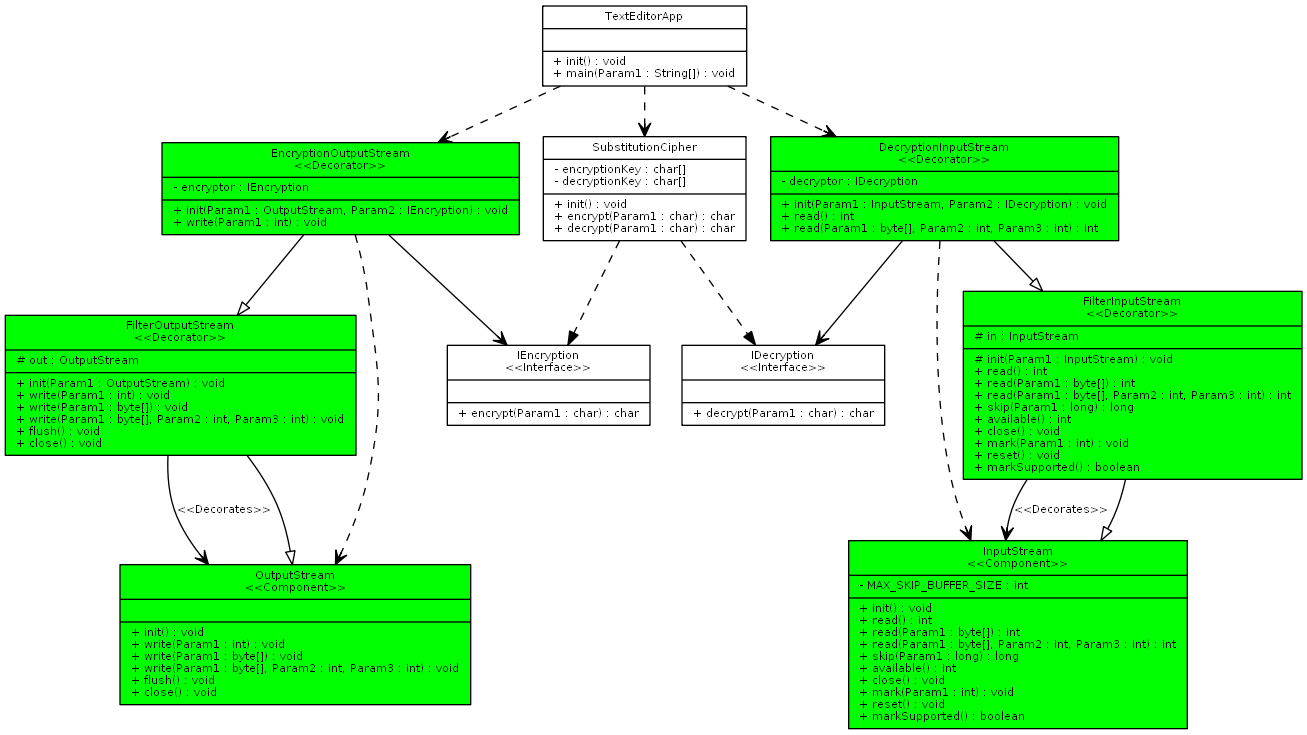
The Graphviz diagram output.png in AgentsOfROSE/Skye, before a commit. Its source is kept beside it as output.dot.
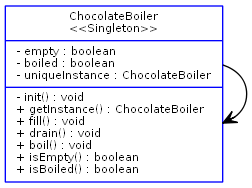
Above is the later version.

Diff of the diagram source:
```diff
@@ -14,65 +14,16 @@
 		 fontsize = 8
 	]
 
-	DecryptionInputStream [
- 	 	 label = "{DecryptionInputStream\n\<\<Decorator\>\>\n|- decryptor : IDecryption\l|+ init(Param1 : InputStream, Param2 : IDecryption) : void\l+ read() : int\l+ read(Param1 : byte[], Param2 : int, Param3 : int) : int\l}",
-	 	 color = black,
-	 	 fillcolor = green
-	]
-	EncryptionOutputStream [
- 	 	 label = "{EncryptionOutputStream\n\<\<Decorator\>\>\n|- encryptor : IEncryption\l|+ init(Param1 : OutputStream, Param2 : IEncryption) : void\l+ write(Param1 : int) : void\l}",
-	 	 color = black,
-	 	 fillcolor = green
-	]
-	IDecryption [
- 	 	 label = "{IDecryption\n\<\<Interface\>\>\n||+ decrypt(Param1 : char) : char\l}",
-	 	 color = black,
+	ChocolateBoiler [
+ 	 	 label = "{ChocolateBoiler\n\<\<Singleton\>\>\n|- empty : boolean\l- boiled : boolean\l- uniqueInstance : ChocolateBoiler\l|- init() : void\l+ getInstance() : ChocolateBoiler\l+ fill() : void\l+ drain() : void\l+ boil() : void\l+ isEmpty() : boolean\l+ isBoiled() : boolean\l}",
+	 	 color = blue,
 	 	 fillcolor = white
-	]
-	IEncryption [
- 	 	 label = "{IEncryption\n\<\<Interface\>\>\n||+ encrypt(Param1 : char) : char\l}",
-	 	 color = black,
-	 	 fillcolor = white
-	]
-	SubstitutionCipher [
- 	 	 label = "{SubstitutionCipher\n|- encryptionKey : char[]\l- decryptionKey : char[]\l|+ init() : void\l+ encrypt(Param1 : char) : char\l+ decrypt(Param1 : char) : char\l}",
-	 	 color = black,
-	 	 fillcolor = white
-	]
-	TextEditorApp [
- 	 	 label = "{TextEditorApp\n||+ init() : void\l+ main(Param1 : String[]) : void\l}",
-	 	 color = black,
-	 	 fillcolor = white
-	]
-	FilterInputStream [
- 	 	 label = "{FilterInputStream\n\<\<Decorator\>\>\n|# in : InputStream\l|# init(Param1 : InputStream) : void\l+ read() : int\l+ read(Param1 : byte[]) : int\l+ read(Param1 : byte[], Param2 : int, Param3 : int) : int\l+ skip(Param1 : long) : long\l+ available() : int\l+ close() : void\l+ mark(Param1 : int) : void\l+ reset() : void\l+ markSupported() : boolean\l}",
-	 	 color = black,
-	 	 fillcolor = green
-	]
-	FilterOutputStream [
- 	 	 label = "{FilterOutputStream\n\<\<Decorator\>\>\n|# out : OutputStream\l|+ init(Param1 : OutputStream) : void\l+ write(Param1 : int) : void\l+ write(Param1 : byte[]) : void\l+ write(Param1 : byte[], Param2 : int, Param3 : int) : void\l+ flush() : void\l+ close() : void\l}",
-	 	 color = black,
-	 	 fillcolor = green
-	]
-	InputStream [
- 	 	 label = "{InputStream\n\<\<Component\>\>\n|- MAX_SKIP_BUFFER_SIZE : int\l|+ init() : void\l+ read() : int\l+ read(Param1 : byte[]) : int\l+ read(Param1 : byte[], Param2 : int, Param3 : int) : int\l+ skip(Param1 : long) : long\l+ available() : int\l+ close() : void\l+ mark(Param1 : int) : void\l+ reset() : void\l+ markSupported() : boolean\l}",
-	 	 color = black,
-	 	 fillcolor = green
-	]
-	OutputStream [
- 	 	 label = "{OutputStream\n\<\<Component\>\>\n||+ init() : void\l+ write(Param1 : int) : void\l+ write(Param1 : byte[]) : void\l+ write(Param1 : byte[], Param2 : int, Param3 : int) : void\l+ flush() : void\l+ close() : void\l}",
-	 	 color = black,
-	 	 fillcolor = green
 	]
 
 	edge [
 		arrowhead = "empty"
 	]
 
-	DecryptionInputStream -> FilterInputStream
-	EncryptionOutputStream -> FilterOutputStream
-	FilterInputStream -> InputStream
-	FilterOutputStream -> OutputStream
 
 
 	edge [
@@ -80,8 +31,6 @@
 		arrowhead = "normal"
 	]
 
-	SubstitutionCipher->IEncryption
-	SubstitutionCipher->IDecryption
 
 
 	edge [
@@ -89,10 +38,7 @@
 		arrowhead = "vee"
 	]
 
-	DecryptionInputStream->IDecryption[label=""]
-	EncryptionOutputStream->IEncryption[label=""]
-	FilterInputStream->InputStream[label="<<Decorates>>"]
-	FilterOutputStream->OutputStream[label="<<Decorates>>"]
+	ChocolateBoiler->ChocolateBoiler[label=""]
 
 
 	edge [
@@ -100,10 +46,5 @@
 		arrowhead = "vee"
 	]
 
-	DecryptionInputStream->InputStream
-	EncryptionOutputStream->OutputStream
-	TextEditorApp->SubstitutionCipher
-	TextEditorApp->DecryptionInputStream
-	TextEditorApp->EncryptionOutputStream
 
 }
```
